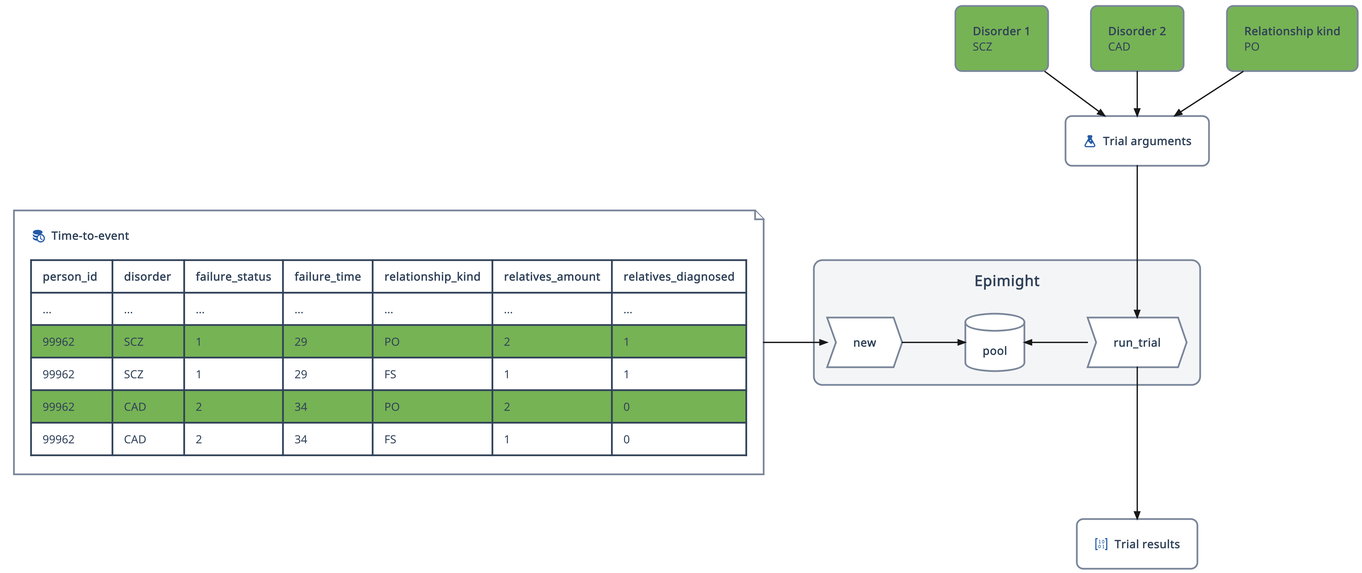
Before: guides/diagrams/pipeline-component-diagram.png, a diagram exported from PlantUML (BioPsyk/epimight).
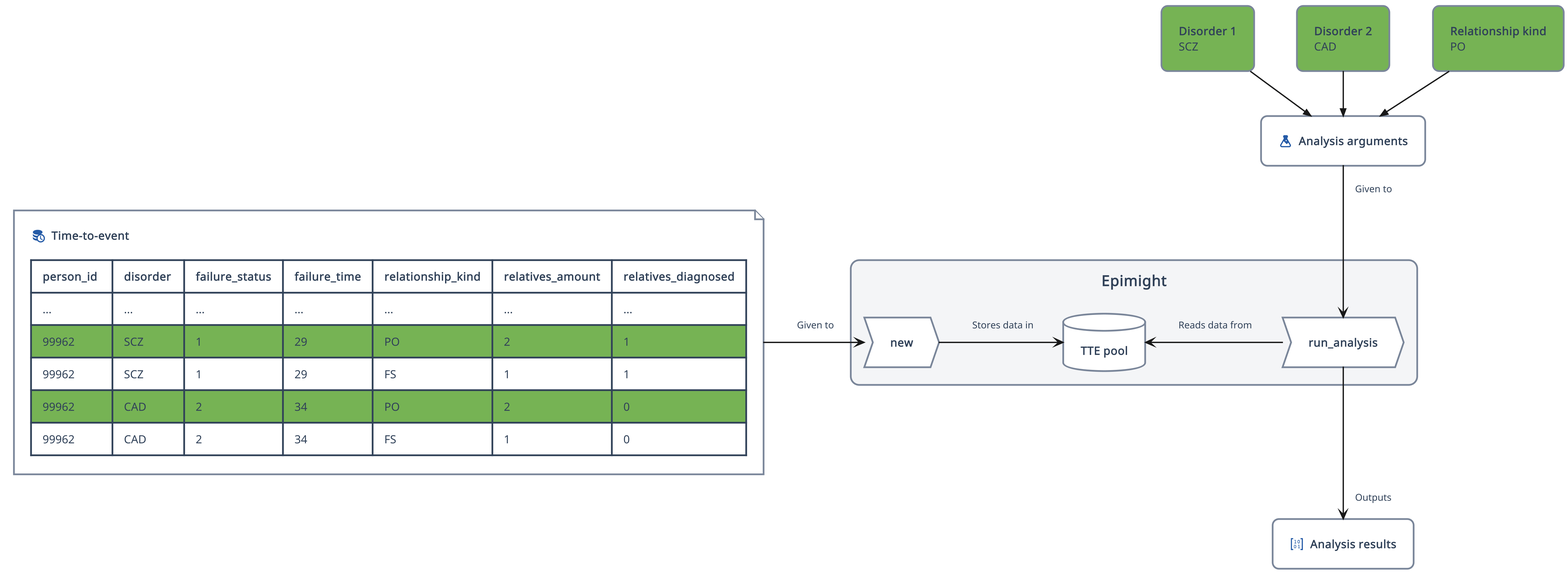
After the commit.

Change to the diagram source:
```diff
@@ -25,26 +25,25 @@
 rectangle "**Disorder 1**\nSCZ" as disorder1 #76b354
 rectangle "**Disorder 2**\nCAD" as disorder2 #76b354
 rectangle "**Relationship kind**\nPO" as relkind #76b354
-rectangle "<color:#255ba7><$mdiFlask{scale=0.35}></color>  **Trial arguments**" as args
-
-rectangle "<color:#255ba7><$ma_matrix{scale=0.35}></color>  **Trial results**" as results
+rectangle "<color:#255ba7><$mdiFlask{scale=0.35}></color>  **Analysis arguments**" as args
+rectangle "<color:#255ba7><$ma_matrix{scale=0.35}></color>  **Analysis results**" as results
 
 
 Boundary1(epimight, "Epimight") {
-  Database(pool, "**pool**")
+  Database(pool, "**TTE pool**")
   Process(new, "**new**")
-  Process(run_trial, "**run_trial**")
+  Process(run_analysis, "**run_analysis**")
 }
-
 
 Arrow_Down(relkind, args)
 Arrow_Down(disorder2, args)
 Arrow_Down(disorder1, args)
-Arrow_Down(args, run_trial)
 
-Arrow_Right(tte, new)
-Arrow_Right(new, pool)
-Arrow_Left(run_trial, pool)
+args --> run_analysis : " Given to"
 
-Arrow_Down(run_trial, results)
+tte -RIGHT-> new : " Given to"
+new -RIGHT-> pool : " Stores data in"
+run_analysis -LEFT-> pool : " Reads data from"
+
+run_analysis --> results : " Outputs"
 @enduml
```
